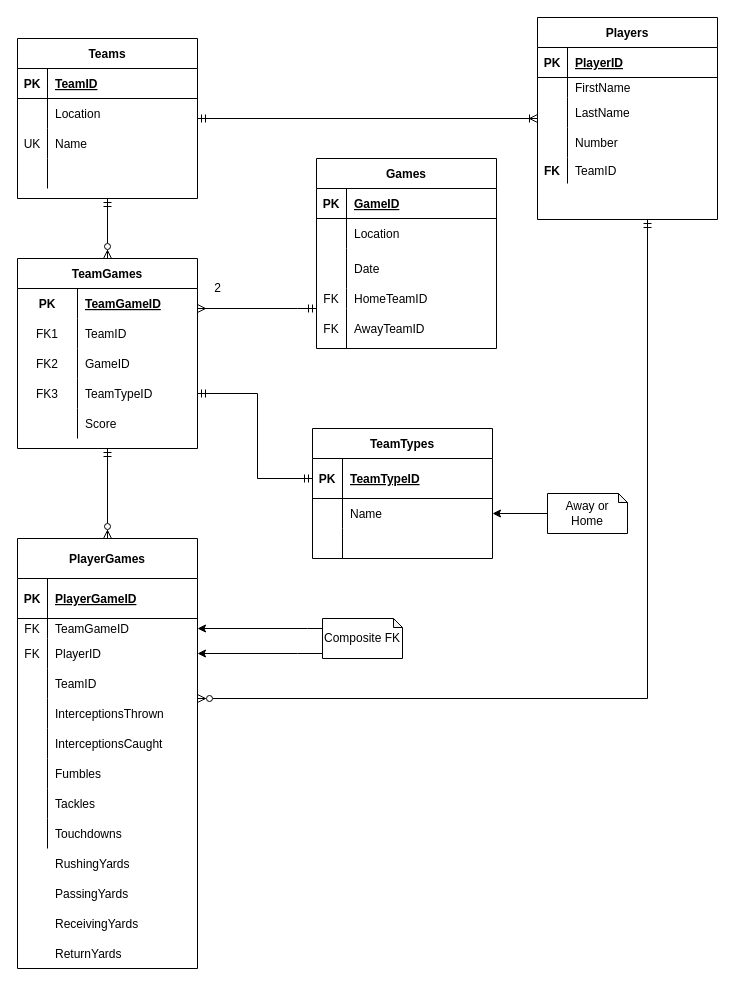
The draw.io diagram Revison.drawio in isaacPetersonKSU/560GroupProject, before the edit. Source tidied: cells renumbered, new cells numbered last; positions are measured from the earlier drawing's top-left corner, leaving out a move shared by most shapes. Both pictures are drawn from the tidied source at 100%, with x=0, y=0 at pixel (17, 17).
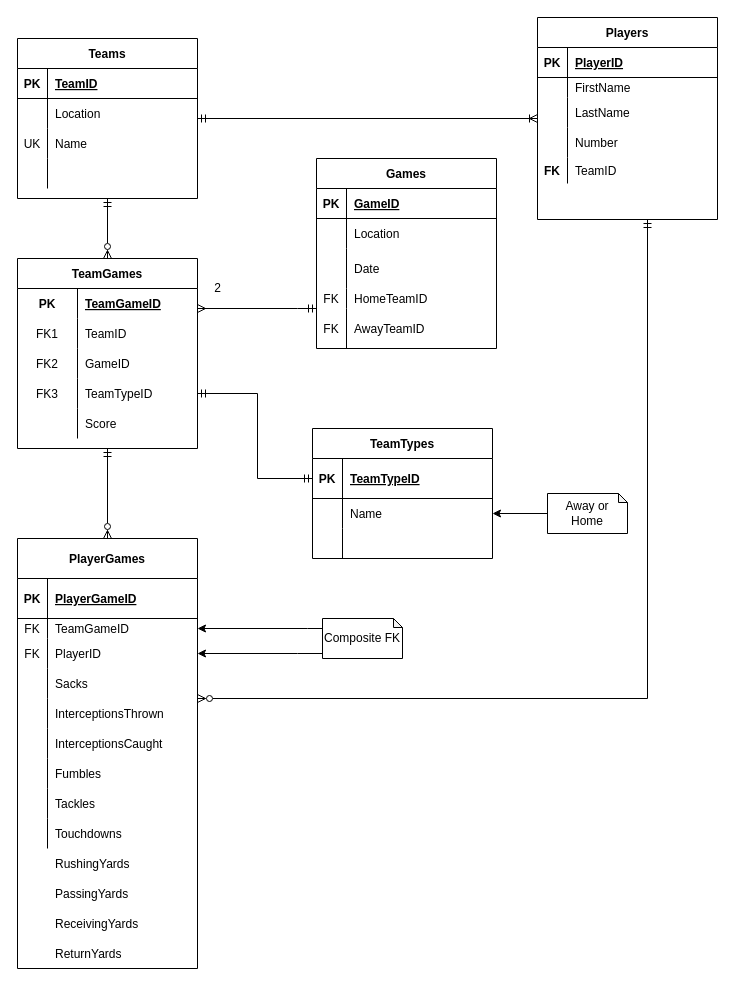
Above is the later version.

The change refers to these unchanged cells:
```xml
<mxCell id="52" style="shape=partialRectangle;fillColor=none;top=0;left=0;bottom=0;right=0;" parent="42" vertex="1">
  <mxGeometry y="130" width="180" height="30" as="geometry" />
</mxCell>
```

Change to the diagram source:
```diff
@@
-    <mxCell id="54" value="TeamID" style="shape=partialRectangle;fillColor=none;top=0;left=0;bottom=0;right=0;align=left;spacingLeft=6;overflow=hidden;" parent="52" vertex="1">
+    <mxCell id="54" value="Sacks" style="shape=partialRectangle;fillColor=none;top=0;left=0;bottom=0;right=0;align=left;spacingLeft=6;overflow=hidden;fontColor=default;" parent="52" vertex="1">
       <mxGeometry x="30" width="150" height="30" as="geometry" />
     </mxCell>
```
